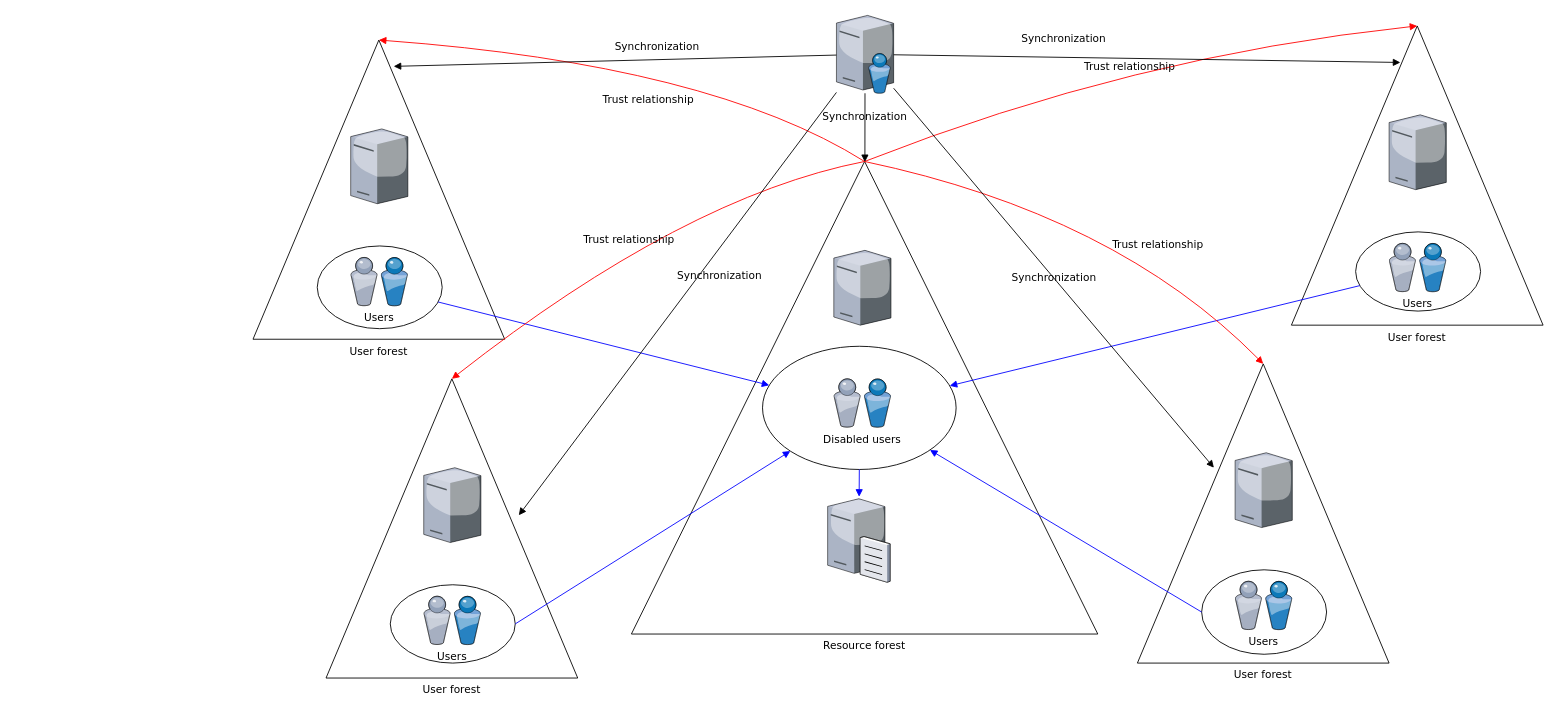
patdemers/diagrams keeps this draw.io diagram as Diagramme sans nom.drawio. Above is the earlier version. Source tidied: cells renumbered, new cells numbered last; positions are measured from the earlier drawing's top-left corner, leaving out a move shared by most shapes. Both pictures are drawn from the tidied source at 88%, with x=0, y=0 at pixel (253, 15).
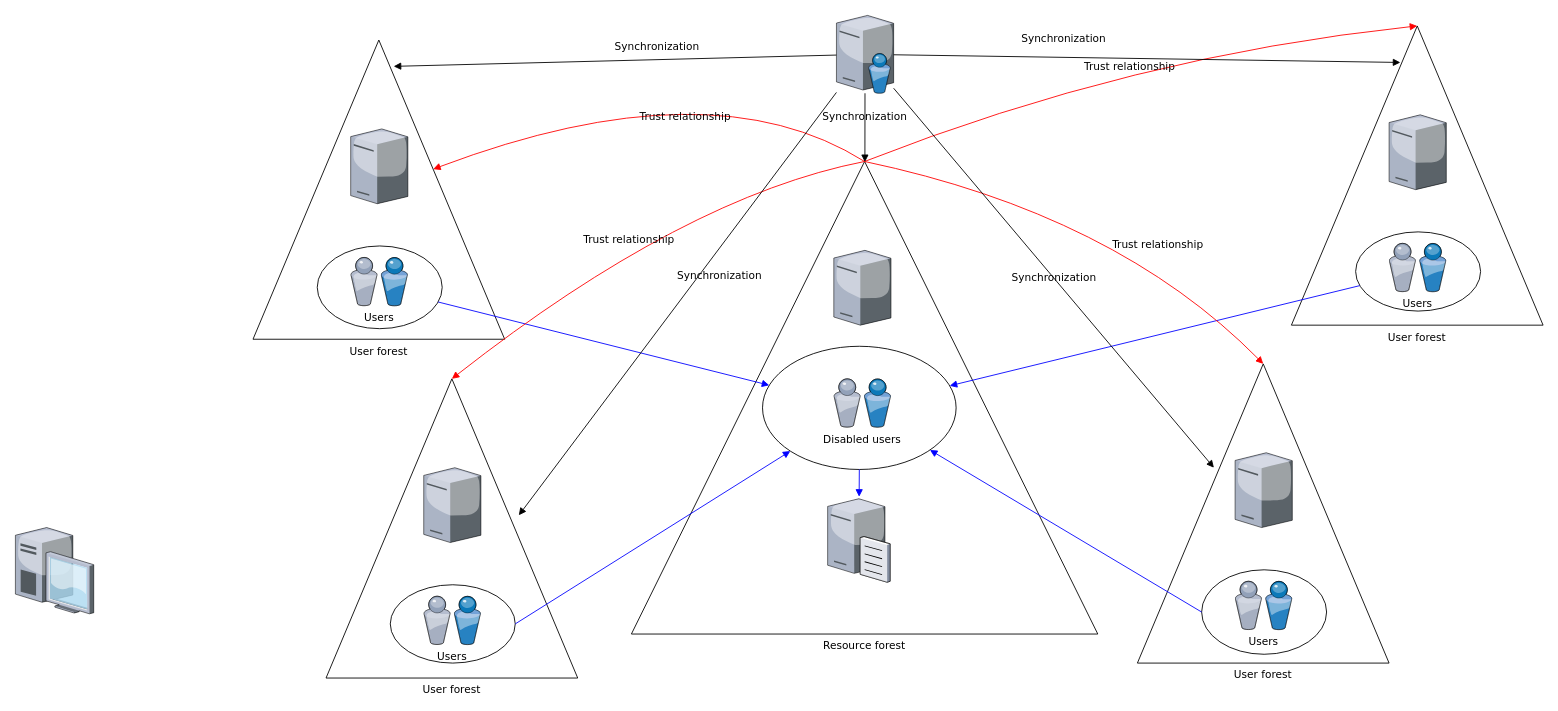
Above is the later version.

Commit message:
Mettre à jour Diagramme sans nom.drawio

The change refers to these unchanged cells:
```xml
<mxCell id="3" value="User forest" style="triangle;whiteSpace=wrap;html=1;rounded=0;shadow=0;comic=0;strokeWidth=1;fontFamily=Verdana;direction=north;labelPosition=center;verticalLabelPosition=bottom;align=center;verticalAlign=top;" parent="1" vertex="1">
  <mxGeometry y="28" width="286" height="340" as="geometry" />
</mxCell>
```

The edit, as a diff of the source:
```diff
@@
-    <mxCell id="20" value="Trust relationship" style="html=1;entryX=1;entryY=0.5;labelBackgroundColor=none;startArrow=none;startFill=0;endArrow=block;endFill=1;strokeColor=#FF0000;strokeWidth=1;fontFamily=Verdana;fontSize=12;curved=1;" parent="1" edge="1" target="3">
+    <mxCell id="20" value="Trust relationship" style="html=1;labelBackgroundColor=none;startArrow=none;startFill=0;endArrow=block;endFill=1;strokeColor=#FF0000;strokeWidth=1;fontFamily=Verdana;fontSize=12;curved=1;" parent="1" edge="1" target="3">
       <mxGeometry x="-0.06" y="45" relative="1" as="geometry">
         <mxPoint x="695" y="166" as="sourcePoint" />
         <Array as="points">
           <mxPoint x="520" y="56" />
         </Array>
       </mxGeometry>
     </mxCell>
@@
+    <mxCell id="38" style="verticalLabelPosition=bottom;sketch=0;html=1;verticalAlign=top;strokeColor=none;align=center;shape=mxgraph.citrix.desktop;" parent="1" vertex="1">
+      <mxGeometry x="-270" y="582" width="89" height="98" as="geometry" />
+    </mxCell>
```
